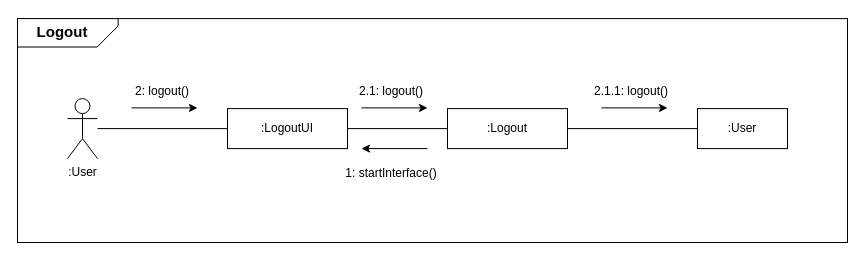
Before: Logout_Communication_Diagram.drawio in MODUGGAGI/homework, a draw.io diagram. Source tidied: cells renumbered, new cells numbered last; positions are measured from the earlier drawing's top-left corner, leaving out a move shared by most shapes. Both pictures are drawn from the tidied source at 100%, with x=0, y=0 at pixel (17, -18).
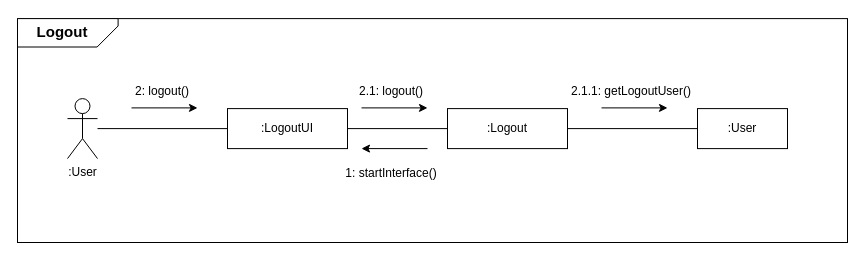
The same page after the edit.

The edit, as a diff of the source:
```diff
@@
-    <mxCell id="20" value="2.1.1: logout()" style="text;html=1;align=center;verticalAlign=middle;whiteSpace=wrap;rounded=0;" parent="1" vertex="1">
+    <mxCell id="20" value="2.1.1: getLogoutUser()" style="text;html=1;align=center;verticalAlign=middle;whiteSpace=wrap;rounded=0;" parent="1" vertex="1">
       <mxGeometry x="541" y="94.1" width="146" height="30" as="geometry" />
     </mxCell>
```
